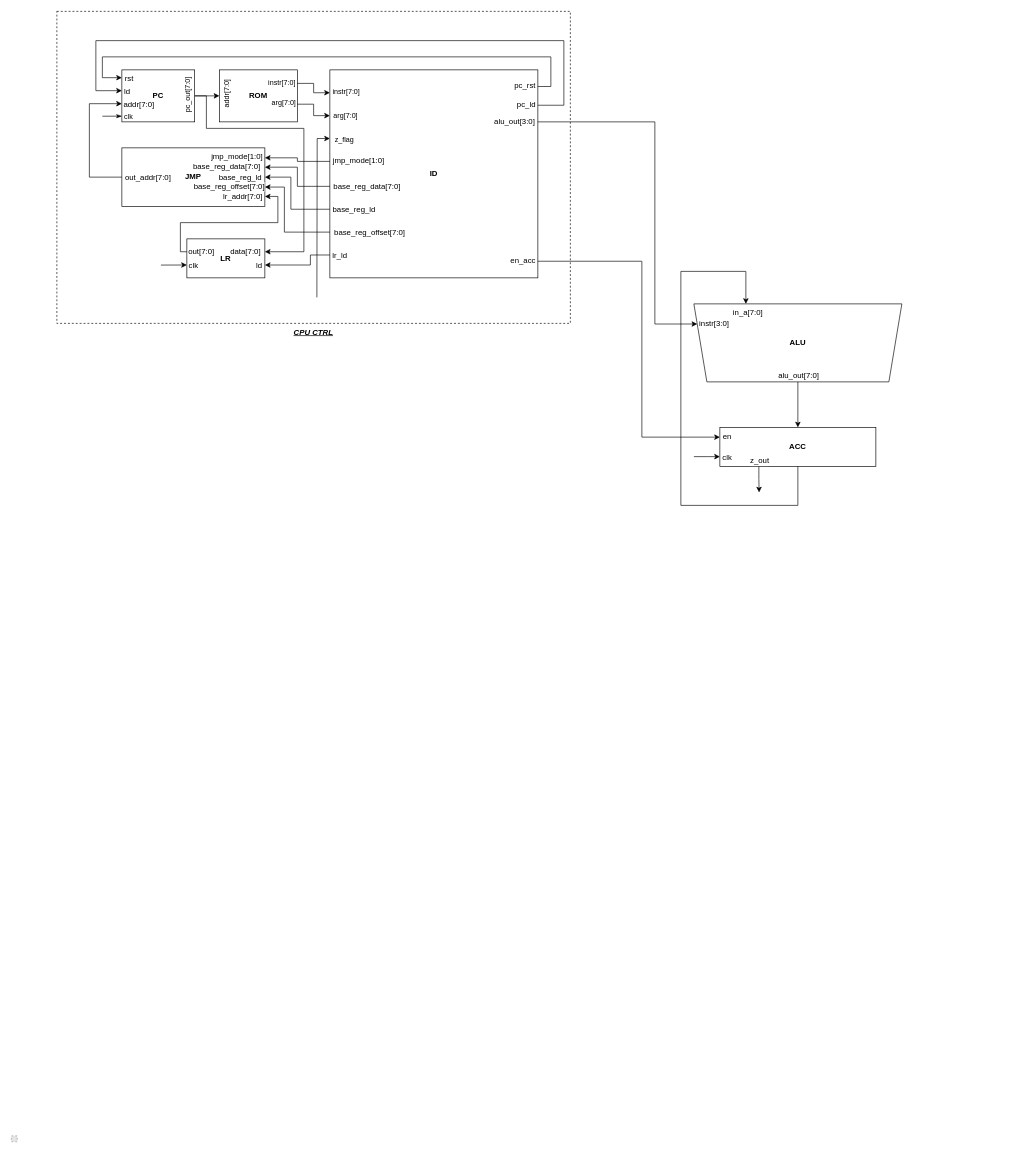
Before: Docs/cpu.drawio in orszoooo/OneCycleCPU, a draw.io diagram. Source tidied: cells renumbered, new cells numbered last; positions are measured from the earlier drawing's top-left corner, leaving out a move shared by most shapes. Both pictures are drawn from the tidied source at 65%, with x=0, y=0 at pixel (11, 11). Pictures stored in the file or linked from it are replaced by grey dashed boxes.
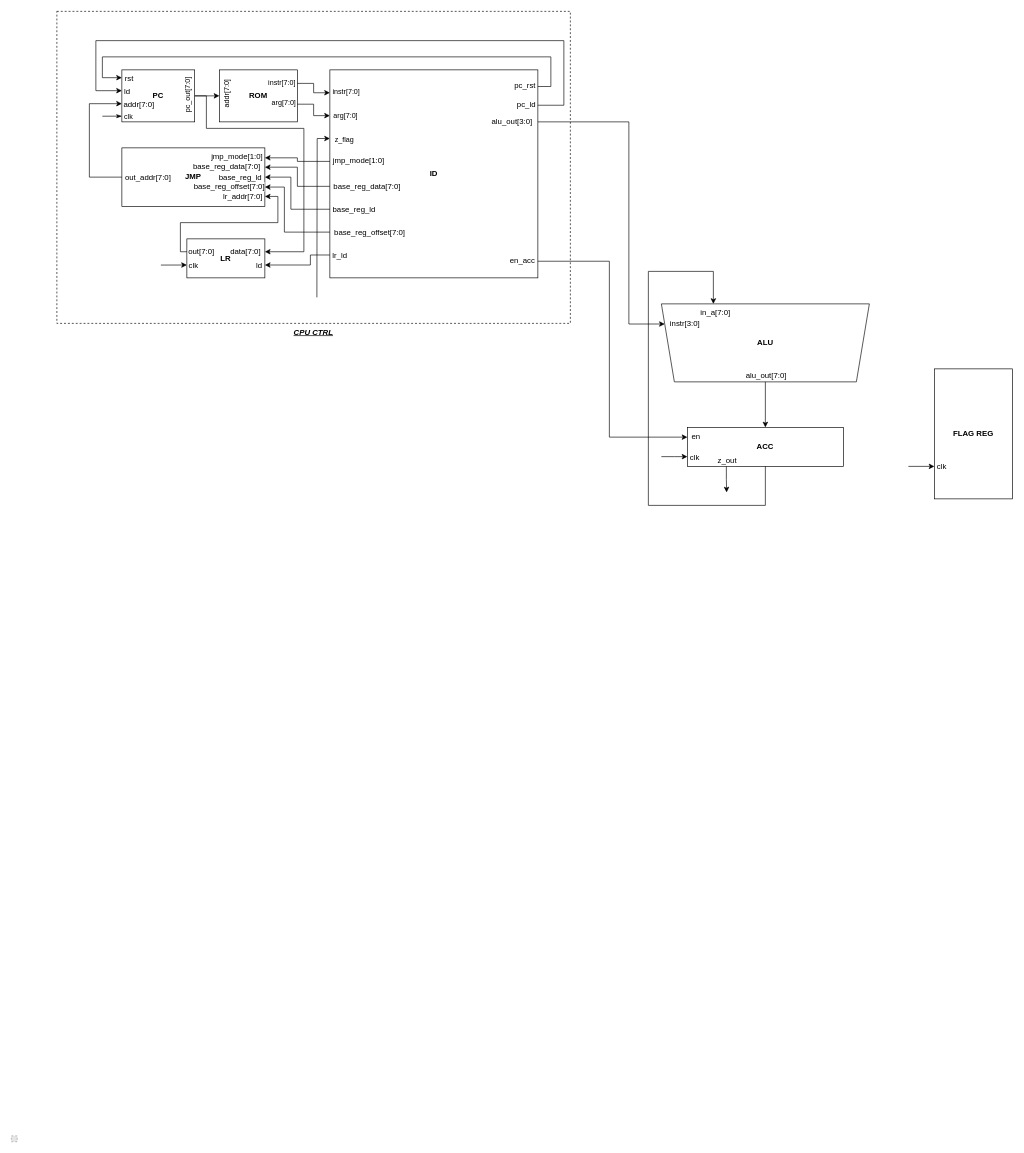
After the change.

Commit message (it also covers changes not shown here):
Improved flag reg.

Unchanged cells that the change refers to:
```xml
<mxCell id="2" value="&lt;p&gt;&lt;span&gt;ID&lt;/span&gt;&lt;/p&gt;" style="rounded=0;whiteSpace=wrap;html=1;points=[[0,0.11,0,0,0],[0,0.22,0,0,0],[0,0.33,0,0,0],[0,0.44,0,0,0],[0,0.56,0,0,0],[0,0.67,0,0,0],[0,0.78,0,0,0],[0,0.89,0,0,0],[1,0.08,0,0,0],[1,0.17,0,0,0],[1,0.25,0,0,0],[1,0.33,0,0,0],[1,0.42,0,0,0],[1,0.5,0,0,0],[1,0.58,0,0,0],[1,0.67,0,0,0],[1,0.75,0,0,0],[1,0.83,0,0,0],[1,0.92,0,0,0]];fontStyle=1;" parent="1" vertex="1">
  <mxGeometry x="490" y="90" width="320" height="320" as="geometry" />
</mxCell>
```

Change to the diagram source:
```diff
@@
+    <mxCell id="69" value="FLAG REG" style="rounded=0;whiteSpace=wrap;html=1;hachureGap=4;fontFamily=Helvetica;fontSize=12;fontStyle=1;points=[[0,0.23,0,0,0],[0,0.75,0,0,0],[0.25,0,0,0,0],[0.25,1,0,0,0],[0.5,0,0,0,0],[0.5,1,0,0,0],[0.75,0,0,0,0],[0.75,1,0,0,0]];" parent="1" vertex="1">
+      <mxGeometry x="1420" y="550" width="120" height="200" as="geometry" />
+    </mxCell>
@@
     <mxCell id="3" value="ACC" style="rounded=0;whiteSpace=wrap;html=1;strokeColor=default;fontFamily=Helvetica;fontSize=12;fontColor=default;fillColor=default;fontStyle=1;points=[[0,0.25,0,0,0],[0,0.75,0,0,0],[0.25,1,0,0,0],[0.5,0,0,0,0],[0.5,1,0,0,0]];" parent="1" vertex="1">
-      <mxGeometry x="1090" y="640" width="240" height="60" as="geometry" />
+      <mxGeometry x="1040" y="640" width="240" height="60" as="geometry" />
     </mxCell>
     <mxCell id="4" style="edgeStyle=orthogonalEdgeStyle;rounded=0;sketch=0;hachureGap=4;jiggle=2;curveFitting=1;html=1;exitX=0;exitY=0.75;exitDx=0;exitDy=0;exitPerimeter=0;fontFamily=Helvetica;fontSize=12;fontColor=default;startArrow=classic;startFill=1;endArrow=none;endFill=0;" parent="1" edge="1" source="3">
       <mxGeometry relative="1" as="geometry">
-        <mxPoint x="1050" y="685" as="targetPoint" />
+        <mxPoint x="1000" y="685" as="targetPoint" />
       </mxGeometry>
     </mxCell>
@@
     <mxCell id="7" style="edgeStyle=orthogonalEdgeStyle;rounded=0;sketch=0;hachureGap=4;jiggle=2;curveFitting=1;html=1;exitX=1;exitY=0.92;exitDx=0;exitDy=0;exitPerimeter=0;fontFamily=Helvetica;fontSize=12;fontColor=default;startArrow=none;startFill=0;endArrow=classic;endFill=1;entryX=0;entryY=0.25;entryDx=0;entryDy=0;entryPerimeter=0;" parent="1" edge="1" source="2" target="3">
       <mxGeometry relative="1" as="geometry">
         <Array as="points">
-          <mxPoint x="970" y="384" />
-          <mxPoint x="970" y="655" />
+          <mxPoint x="920" y="384" />
+          <mxPoint x="920" y="655" />
         </Array>
       </mxGeometry>
     </mxCell>
@@
     <mxCell id="10" value="ALU" style="shape=trapezoid;perimeter=trapezoidPerimeter;whiteSpace=wrap;html=1;fixedSize=1;rounded=0;strokeColor=default;fontFamily=Helvetica;fontSize=12;fontColor=default;fillColor=default;flipV=1;fontStyle=1;" parent="1" vertex="1">
-      <mxGeometry x="1050" y="450" width="320" height="120" as="geometry" />
+      <mxGeometry x="1000" y="450" width="320" height="120" as="geometry" />
     </mxCell>
@@
     <mxCell id="13" style="edgeStyle=orthogonalEdgeStyle;rounded=0;sketch=0;hachureGap=4;jiggle=2;curveFitting=1;html=1;exitX=1;exitY=0.25;exitDx=0;exitDy=0;exitPerimeter=0;fontFamily=Helvetica;fontSize=12;fontColor=default;startArrow=none;startFill=0;endArrow=classic;endFill=1;entryX=0;entryY=0.25;entryDx=0;entryDy=0;" parent="1" edge="1" source="2" target="10">
       <mxGeometry relative="1" as="geometry">
         <Array as="points">
-          <mxPoint x="990" y="170" />
-          <mxPoint x="990" y="481" />
+          <mxPoint x="950" y="170" />
+          <mxPoint x="950" y="481" />
         </Array>
       </mxGeometry>
     </mxCell>
@@
     <mxCell id="65" style="edgeStyle=orthogonalEdgeStyle;rounded=0;sketch=0;hachureGap=4;jiggle=2;curveFitting=1;html=1;exitX=0.5;exitY=1;exitDx=0;exitDy=0;fontFamily=Helvetica;fontSize=12;fontColor=default;startArrow=none;startFill=0;endArrow=classic;endFill=1;entryX=0.25;entryY=0;entryDx=0;entryDy=0;" parent="1" edge="1" source="3" target="10">
       <mxGeometry relative="1" as="geometry">
         <Array as="points">
-          <mxPoint x="1210" y="760" />
-          <mxPoint x="1030" y="760" />
-          <mxPoint x="1030" y="400" />
-          <mxPoint x="1130" y="400" />
+          <mxPoint x="1160" y="760" />
+          <mxPoint x="980" y="760" />
+          <mxPoint x="980" y="400" />
+          <mxPoint x="1080" y="400" />
         </Array>
       </mxGeometry>
     </mxCell>
@@
     <mxCell id="67" style="edgeStyle=orthogonalEdgeStyle;rounded=0;sketch=0;hachureGap=4;jiggle=2;curveFitting=1;html=1;exitX=0.25;exitY=1;exitDx=0;exitDy=0;exitPerimeter=0;fontFamily=Helvetica;fontSize=12;fontColor=default;startArrow=none;startFill=0;endArrow=classic;endFill=1;" parent="1" edge="1" source="3">
       <mxGeometry relative="1" as="geometry">
-        <mxPoint x="1150.4" y="740" as="targetPoint" />
+        <mxPoint x="1100.4" y="740" as="targetPoint" />
       </mxGeometry>
     </mxCell>
@@
+    <mxCell id="70" style="edgeStyle=none;hachureGap=4;html=1;exitX=0;exitY=0.75;exitDx=0;exitDy=0;exitPerimeter=0;fontFamily=Helvetica;fontSize=12;endArrow=none;endFill=0;startArrow=classic;startFill=1;" parent="1" edge="1" source="69">
+      <mxGeometry relative="1" as="geometry">
+        <mxPoint x="1380" y="700" as="targetPoint" />
+      </mxGeometry>
+    </mxCell>
+    <mxCell id="71" value="clk" style="edgeLabel;html=1;align=center;verticalAlign=middle;fontSize=12;fontFamily=Helvetica;" parent="70" vertex="1">
+      <mxGeometry x="-0.7" y="1" relative="1" as="geometry">
+        <mxPoint x="16" y="-1" as="offset" />
+      </mxGeometry>
+    </mxCell>
```
